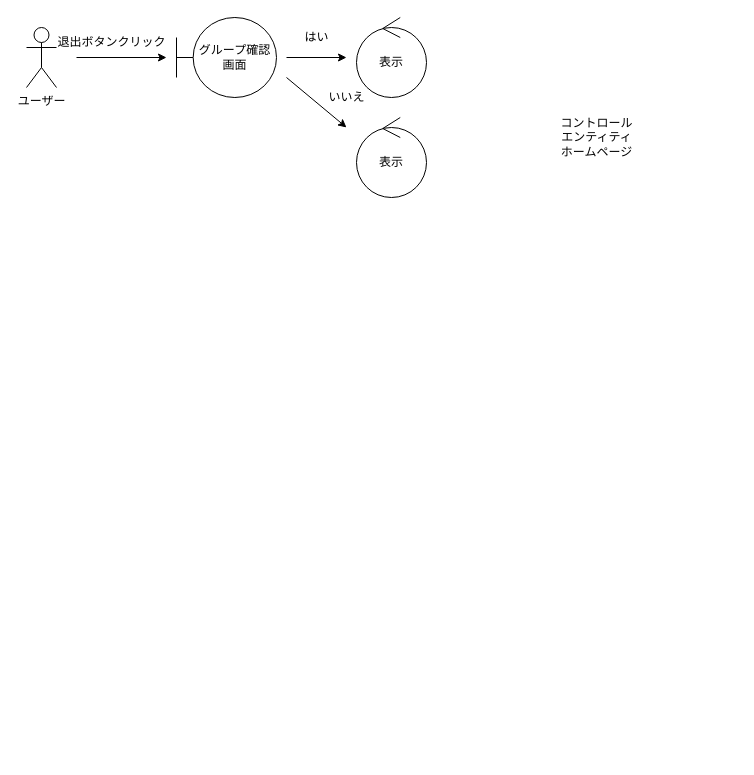
ksw2270227/GroupF keeps this draw.io diagram as page "グループを退出する" (3 of 8) of out/ロバストネス図/ユーザー２-ロバストネス図.drawio. Above is the earlier version. Source tidied: cells renumbered, new cells numbered last; positions are measured from the earlier drawing's top-left corner, leaving out a move shared by most shapes. Both pictures are drawn from the tidied source at 100%, with x=0, y=0 at pixel (26, 17).
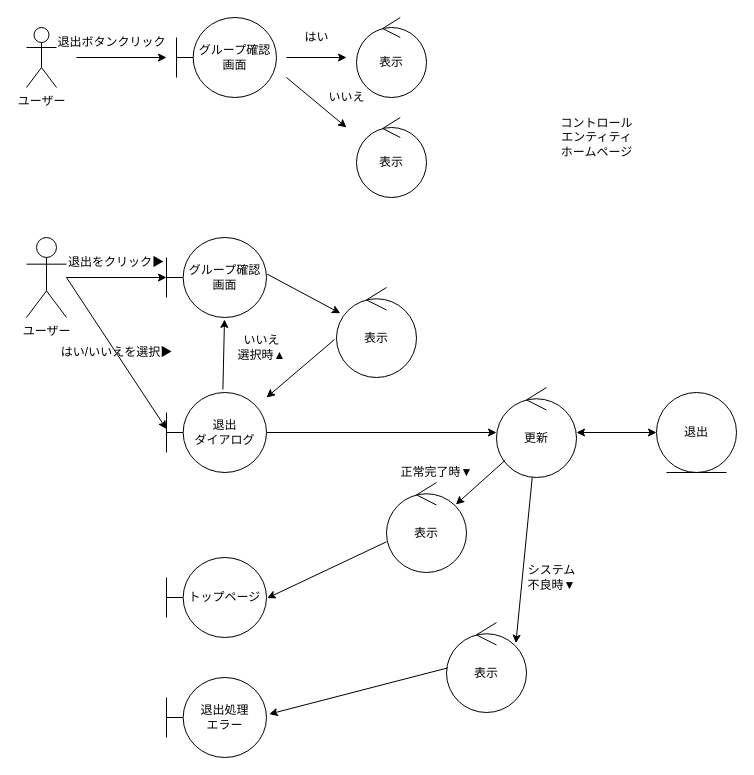
Above is the later version.

Diff of the diagram source:
```diff
@@
+    <mxCell id="13" value="ユーザー" style="shape=umlActor;verticalLabelPosition=bottom;verticalAlign=top;html=1;outlineConnect=0;" parent="1" vertex="1">
+      <mxGeometry y="220" width="40" height="80" as="geometry" />
+    </mxCell>
+    <mxCell id="14" value="表示" style="ellipse;shape=umlControl;whiteSpace=wrap;html=1;" parent="1" vertex="1">
+      <mxGeometry x="310" y="270" width="80" height="90" as="geometry" />
+    </mxCell>
+    <mxCell id="15" value="退出" style="ellipse;shape=umlEntity;whiteSpace=wrap;html=1;" parent="1" vertex="1">
+      <mxGeometry x="630" y="375" width="80" height="80" as="geometry" />
+    </mxCell>
+    <mxCell id="16" value="グループ確認画面" style="shape=umlBoundary;whiteSpace=wrap;html=1;" parent="1" vertex="1">
+      <mxGeometry x="140" y="220" width="100" height="80" as="geometry" />
+    </mxCell>
+    <mxCell id="17" value="トップページ" style="shape=umlBoundary;whiteSpace=wrap;html=1;" parent="1" vertex="1">
+      <mxGeometry x="140" y="540" width="100" height="80" as="geometry" />
+    </mxCell>
+    <mxCell id="18" style="edgeStyle=none;html=1;" parent="1" edge="1" source="19" target="21">
+      <mxGeometry relative="1" as="geometry" />
+    </mxCell>
+    <mxCell id="19" value="退出&lt;br&gt;ダイアログ" style="shape=umlBoundary;whiteSpace=wrap;html=1;" parent="1" vertex="1">
+      <mxGeometry x="140" y="375" width="100" height="80" as="geometry" />
+    </mxCell>
+    <mxCell id="20" value="表示" style="ellipse;shape=umlControl;whiteSpace=wrap;html=1;" parent="1" vertex="1">
+      <mxGeometry x="360" y="465" width="80" height="90" as="geometry" />
+    </mxCell>
+    <mxCell id="21" value="更新" style="ellipse;shape=umlControl;whiteSpace=wrap;html=1;" parent="1" vertex="1">
+      <mxGeometry x="470" y="370" width="80" height="90" as="geometry" />
+    </mxCell>
+    <mxCell id="22" style="endArrow=classic;html=1;" parent="1" edge="1" source="13">
+      <mxGeometry relative="1" as="geometry">
+        <mxPoint x="140" y="260" as="targetPoint" />
+      </mxGeometry>
+    </mxCell>
+    <mxCell id="23" style="endArrow=classic;html=1;exitX=1.007;exitY=0.458;exitDx=0;exitDy=0;exitPerimeter=0;" parent="1" edge="1" source="16" target="14">
+      <mxGeometry relative="1" as="geometry" />
+    </mxCell>
+    <mxCell id="24" style="endArrow=classic;startArrow=classic;html=1;entryX=0;entryY=0.5;entryDx=0;entryDy=0;" parent="1" edge="1" source="21" target="15">
+      <mxGeometry relative="1" as="geometry" />
+    </mxCell>
+    <mxCell id="25" style="endArrow=classic;html=1;exitX=-0.025;exitY=0.578;exitDx=0;exitDy=0;exitPerimeter=0;" parent="1" edge="1" source="14">
+      <mxGeometry relative="1" as="geometry">
+        <mxPoint x="240" y="380" as="targetPoint" />
+      </mxGeometry>
+    </mxCell>
+    <mxCell id="26" style="endArrow=classic;html=1;entryX=0.867;entryY=0.244;entryDx=0;entryDy=0;entryPerimeter=0;" parent="1" edge="1" source="21" target="20">
+      <mxGeometry relative="1" as="geometry" />
+    </mxCell>
+    <mxCell id="27" style="endArrow=classic;html=1;exitX=0;exitY=0.659;exitDx=0;exitDy=0;exitPerimeter=0;entryX=1.007;entryY=0.508;entryDx=0;entryDy=0;entryPerimeter=0;" parent="1" edge="1" source="20" target="17">
+      <mxGeometry relative="1" as="geometry" />
+    </mxCell>
+    <mxCell id="28" value="退出をクリック▶" style="text;html=1;strokeColor=none;fillColor=none;align=center;verticalAlign=middle;whiteSpace=wrap;rounded=0;" parent="1" vertex="1">
+      <mxGeometry x="40" y="230" width="100" height="30" as="geometry" />
+    </mxCell>
+    <mxCell id="29" value="表示" style="ellipse;shape=umlControl;whiteSpace=wrap;html=1;" parent="1" vertex="1">
+      <mxGeometry x="420" y="605" width="80" height="90" as="geometry" />
+    </mxCell>
+    <mxCell id="30" value="退出処理&lt;br&gt;エラー" style="shape=umlBoundary;whiteSpace=wrap;html=1;" parent="1" vertex="1">
+      <mxGeometry x="140" y="660" width="100" height="80" as="geometry" />
+    </mxCell>
+    <mxCell id="31" style="endArrow=classic;html=1;entryX=1.027;entryY=0.458;entryDx=0;entryDy=0;entryPerimeter=0;exitX=0.017;exitY=0.504;exitDx=0;exitDy=0;exitPerimeter=0;" parent="1" edge="1" source="29" target="30">
+      <mxGeometry relative="1" as="geometry" />
+    </mxCell>
+    <mxCell id="32" style="endArrow=classic;html=1;entryX=0.867;entryY=0.23;entryDx=0;entryDy=0;entryPerimeter=0;" parent="1" edge="1" source="21" target="29">
+      <mxGeometry relative="1" as="geometry" />
+    </mxCell>
+    <mxCell id="33" value="システム&lt;br&gt;不良時▼" style="text;html=1;align=center;verticalAlign=middle;strokeColor=none;fillColor=none;" parent="1" vertex="1">
+      <mxGeometry x="490" y="540" width="70" height="40" as="geometry" />
+    </mxCell>
+    <mxCell id="34" value="正常完了時▼" style="text;html=1;align=center;verticalAlign=middle;strokeColor=none;fillColor=none;" parent="1" vertex="1">
+      <mxGeometry x="360" y="440" width="100" height="30" as="geometry" />
+    </mxCell>
+    <mxCell id="35" style="endArrow=classic;html=1;entryX=0.58;entryY=1.025;entryDx=0;entryDy=0;entryPerimeter=0;exitX=0.564;exitY=-0.037;exitDx=0;exitDy=0;exitPerimeter=0;" parent="1" edge="1" source="19" target="16">
+      <mxGeometry relative="1" as="geometry" />
+    </mxCell>
+    <mxCell id="36" style="endArrow=classic;html=1;entryX=0;entryY=0.458;entryDx=0;entryDy=0;entryPerimeter=0;" parent="1" edge="1" target="19">
+      <mxGeometry relative="1" as="geometry">
+        <mxPoint x="40" y="260" as="sourcePoint" />
+      </mxGeometry>
+    </mxCell>
+    <mxCell id="37" value="はい/いいえを選択▶" style="text;html=1;align=center;verticalAlign=middle;strokeColor=none;fillColor=none;" parent="1" vertex="1">
+      <mxGeometry x="25" y="320" width="130" height="30" as="geometry" />
+    </mxCell>
+    <mxCell id="38" value="いいえ&lt;br&gt;選択時▲" style="text;html=1;align=center;verticalAlign=middle;strokeColor=none;fillColor=none;" parent="1" vertex="1">
+      <mxGeometry x="200" y="310" width="70" height="40" as="geometry" />
+    </mxCell>
```
